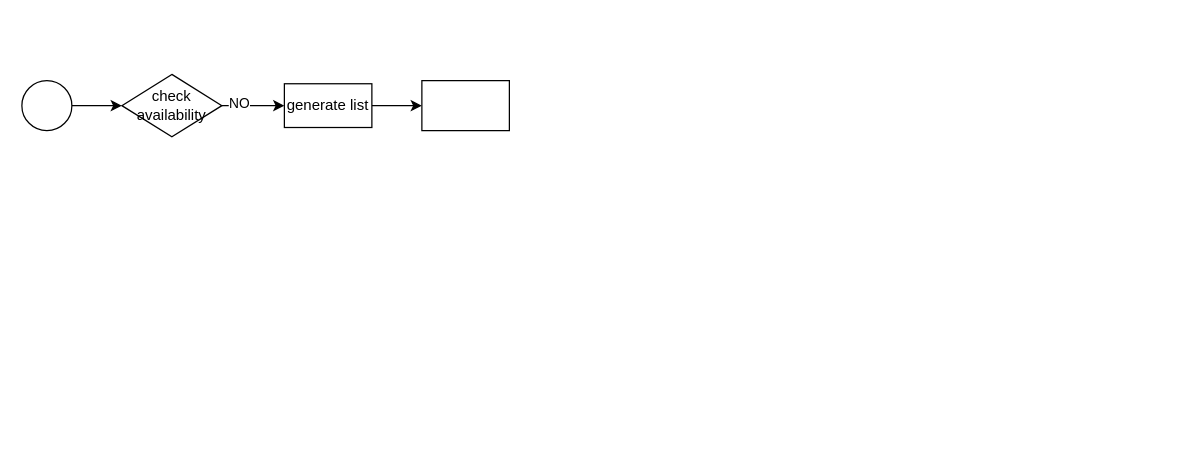
Earlier version of the draw.io diagram Assign2&3.drawio (20104796/Enterprise-Architecture). Source tidied: cells renumbered, new cells numbered last; positions are measured from the earlier drawing's top-left corner, leaving out a move shared by most shapes. Both pictures are drawn from the tidied source at 125%, with x=0, y=0 at pixel (21, 74).
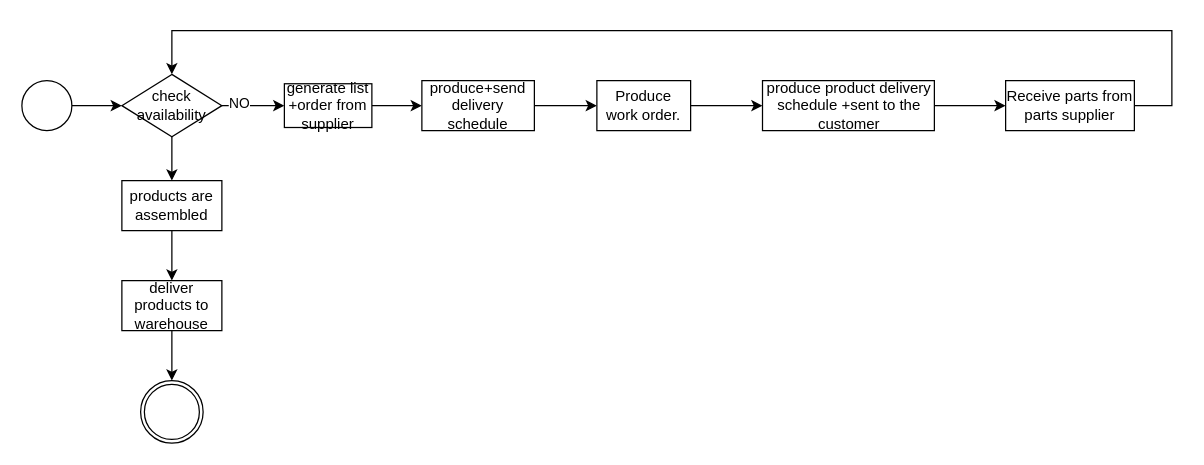
Above is the later version.

The change refers to these unchanged cells:
```xml
<mxCell id="6" value="check availability" style="rhombus;whiteSpace=wrap;html=1;" parent="1" vertex="1">
  <mxGeometry x="80" width="80" height="50" as="geometry" />
</mxCell>
```

What changed in the source:
```diff
@@
+    <mxCell id="10" style="edgeStyle=orthogonalEdgeStyle;rounded=0;jettySize=auto;html=1;" parent="1" edge="1" source="6" target="19">
+      <mxGeometry relative="1" as="geometry" />
+    </mxCell>
@@
-    <mxCell id="8" value="generate list" style="whiteSpace=wrap;html=1;" parent="1" vertex="1">
+    <mxCell id="8" value="generate list +order from supplier" style="whiteSpace=wrap;html=1;" parent="1" vertex="1">
       <mxGeometry x="210" y="7.5" width="70" height="35" as="geometry" />
     </mxCell>
+    <mxCell id="11" style="edgeStyle=orthogonalEdgeStyle;rounded=0;jettySize=auto;html=1;" parent="1" edge="1" source="9" target="13">
+      <mxGeometry relative="1" as="geometry" />
+    </mxCell>
-    <mxCell id="9" style="whiteSpace=wrap;html=1;" parent="1" vertex="1">
-      <mxGeometry x="320" y="5" width="70" height="40" as="geometry" />
+    <mxCell id="9" value="produce+send delivery schedule" style="whiteSpace=wrap;html=1;" parent="1" vertex="1">
+      <mxGeometry x="320" y="5" width="90" height="40" as="geometry" />
     </mxCell>
+    <mxCell id="12" style="edgeStyle=orthogonalEdgeStyle;rounded=0;jettySize=auto;html=1;" parent="1" edge="1" source="13" target="15">
+      <mxGeometry relative="1" as="geometry" />
+    </mxCell>
+    <mxCell id="13" value="Produce work order." style="whiteSpace=wrap;html=1;" parent="1" vertex="1">
+      <mxGeometry x="460" y="5" width="75" height="40" as="geometry" />
+    </mxCell>
+    <mxCell id="14" style="edgeStyle=orthogonalEdgeStyle;rounded=0;jettySize=auto;html=1;" parent="1" edge="1" source="15" target="17">
+      <mxGeometry relative="1" as="geometry" />
+    </mxCell>
+    <mxCell id="15" value="produce product delivery schedule +sent to the customer" style="whiteSpace=wrap;html=1;" parent="1" vertex="1">
+      <mxGeometry x="592.5" y="5" width="137.5" height="40" as="geometry" />
+    </mxCell>
+    <mxCell id="16" style="edgeStyle=orthogonalEdgeStyle;rounded=0;jettySize=auto;html=1;exitX=1;exitY=0.5;exitDx=0;exitDy=0;entryX=0.5;entryY=0;entryDx=0;entryDy=0;" parent="1" edge="1" source="17" target="6">
+      <mxGeometry relative="1" as="geometry">
+        <Array as="points">
+          <mxPoint x="920" y="25" />
+          <mxPoint x="920" y="-35" />
+          <mxPoint x="120" y="-35" />
+        </Array>
+      </mxGeometry>
+    </mxCell>
+    <mxCell id="17" value="Receive parts from parts supplier" style="whiteSpace=wrap;html=1;" parent="1" vertex="1">
+      <mxGeometry x="787" y="5" width="103" height="40" as="geometry" />
+    </mxCell>
+    <mxCell id="18" style="edgeStyle=orthogonalEdgeStyle;rounded=0;jettySize=auto;html=1;" parent="1" edge="1" source="19" target="20">
+      <mxGeometry relative="1" as="geometry" />
+    </mxCell>
+    <mxCell id="19" value="products are assembled" style="whiteSpace=wrap;html=1;" parent="1" vertex="1">
+      <mxGeometry x="80" y="85" width="80" height="40" as="geometry" />
+    </mxCell>
+    <mxCell id="20" value="deliver products to warehouse" style="whiteSpace=wrap;html=1;" parent="1" vertex="1">
+      <mxGeometry x="80" y="165" width="80" height="40" as="geometry" />
+    </mxCell>
+    <mxCell id="21" style="points=[[0.145,0.145,0],[0.5,0,0],[0.855,0.145,0],[1,0.5,0],[0.855,0.855,0],[0.5,1,0],[0.145,0.855,0],[0,0.5,0]];shape=mxgraph.bpmn.event;html=1;verticalLabelPosition=bottom;labelBackgroundColor=#ffffff;verticalAlign=top;align=center;perimeter=ellipsePerimeter;outlineConnect=0;outline=throwing;symbol=general;" parent="1" vertex="1">
+      <mxGeometry x="95" y="245" width="50" height="50" as="geometry" />
+    </mxCell>
+    <mxCell id="22" style="edgeStyle=orthogonalEdgeStyle;rounded=0;jettySize=auto;html=1;entryX=0.5;entryY=0;entryDx=0;entryDy=0;entryPerimeter=0;" parent="1" edge="1" source="20" target="21">
+      <mxGeometry relative="1" as="geometry" />
+    </mxCell>
```
